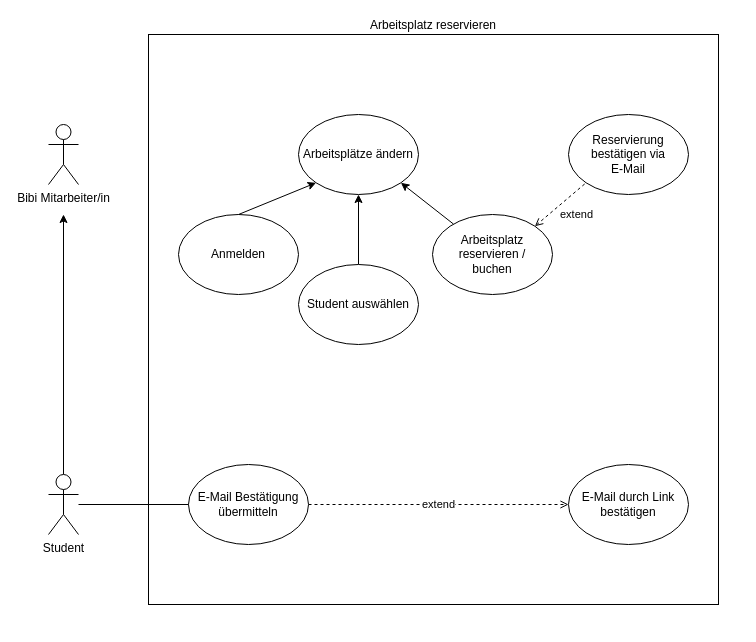
This is Unbenanntes Diagramm.drawio from hantinguyen/hello-world, a draw.io file, before an edit. Source tidied: cells renumbered, new cells numbered last; positions are measured from the earlier drawing's top-left corner, leaving out a move shared by most shapes. Both pictures are drawn from the tidied source at 100%, with x=0, y=0 at pixel (48, 34).
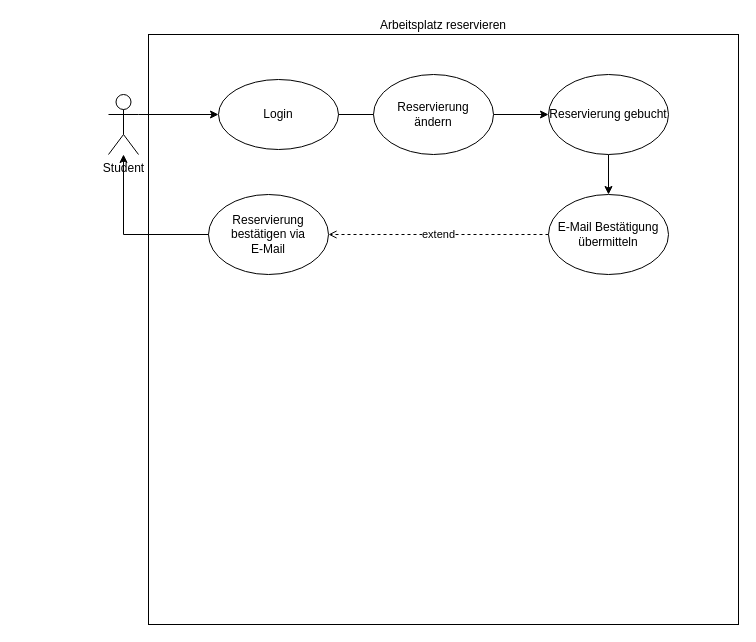
After the change.

The edit, as a diff of the source:
```diff
@@
-    <mxCell id="2" value="Bibi Mitarbeiter/in" style="shape=umlActor;verticalLabelPosition=bottom;verticalAlign=top;html=1;" parent="1" vertex="1">
-      <mxGeometry y="90" width="30" height="60" as="geometry" />
-    </mxCell>
-    <mxCell id="3" style="edgeStyle=orthogonalEdgeStyle;rounded=0;jettySize=auto;html=1;exitX=0.5;exitY=0;exitDx=0;exitDy=0;exitPerimeter=0;" parent="1" edge="1" source="4">
-      <mxGeometry relative="1" as="geometry">
-        <mxPoint x="15" y="180" as="targetPoint" />
-      </mxGeometry>
-    </mxCell>
     <mxCell id="4" value="Student" style="shape=umlActor;verticalLabelPosition=bottom;verticalAlign=top;html=1;outlineConnect=0;" parent="1" vertex="1">
-      <mxGeometry y="440" width="30" height="60" as="geometry" />
+      <mxGeometry x="60" y="60" width="30" height="60" as="geometry" />
     </mxCell>
     <mxCell id="5" value="&lt;div style=&quot;&quot;&gt;&lt;span style=&quot;background-color: initial; line-height: 1.2;&quot;&gt;Arbeitsplatz reservieren&lt;/span&gt;&lt;/div&gt;" style="whiteSpace=wrap;html=1;horizontal=1;verticalAlign=bottom;labelPosition=center;verticalLabelPosition=top;align=center;" parent="1" vertex="1">
-      <mxGeometry x="100" width="570" height="570" as="geometry" />
+      <mxGeometry x="100" width="590" height="590" as="geometry" />
     </mxCell>
+    <mxCell id="20" style="edgeStyle=orthogonalEdgeStyle;rounded=0;jettySize=auto;html=1;" parent="1" edge="1" source="6" target="17">
+      <mxGeometry relative="1" as="geometry" />
+    </mxCell>
-    <mxCell id="6" value="Arbeitsplätze ändern" style="ellipse;whiteSpace=wrap;html=1;" parent="1" vertex="1">
-      <mxGeometry x="250" y="80" width="120" height="80" as="geometry" />
+    <mxCell id="6" value="Reservierung gebucht" style="ellipse;whiteSpace=wrap;html=1;" parent="1" vertex="1">
+      <mxGeometry x="500" y="40" width="120" height="80" as="geometry" />
     </mxCell>
-    <mxCell id="7" value="Anmelden" style="ellipse;whiteSpace=wrap;html=1;" parent="1" vertex="1">
-      <mxGeometry x="130" y="180" width="120" height="80" as="geometry" />
+    <mxCell id="7" value="Login" style="ellipse;whiteSpace=wrap;html=1;" parent="1" vertex="1">
+      <mxGeometry x="170" y="45" width="120" height="70" as="geometry" />
     </mxCell>
-    <mxCell id="8" style="edgeStyle=orthogonalEdgeStyle;rounded=0;jettySize=auto;html=1;" parent="1" edge="1" source="9" target="6">
-      <mxGeometry relative="1" as="geometry" />
-    </mxCell>
-    <mxCell id="9" value="Student auswählen" style="ellipse;whiteSpace=wrap;html=1;" parent="1" vertex="1">
-      <mxGeometry x="250" y="230" width="120" height="80" as="geometry" />
-    </mxCell>
-    <mxCell id="10" style="rounded=0;jettySize=auto;html=1;entryX=1;entryY=1;entryDx=0;entryDy=0;" parent="1" edge="1" source="11" target="6">
-      <mxGeometry relative="1" as="geometry" />
-    </mxCell>
-    <mxCell id="11" value="Arbeitsplatz reservieren / &lt;br&gt;buchen" style="ellipse;whiteSpace=wrap;html=1;" parent="1" vertex="1">
-      <mxGeometry x="384" y="180" width="120" height="80" as="geometry" />
-    </mxCell>
     <mxCell id="12" value="Reservierung bestätigen via &lt;br&gt;E-Mail" style="ellipse;whiteSpace=wrap;html=1;" parent="1" vertex="1">
-      <mxGeometry x="520" y="80" width="120" height="80" as="geometry" />
+      <mxGeometry x="160" y="160" width="120" height="80" as="geometry" />
     </mxCell>
-    <mxCell id="13" style="endArrow=classic;html=1;rounded=0;exitX=0.5;exitY=0;exitDx=0;exitDy=0;entryX=0;entryY=1;entryDx=0;entryDy=0;" parent="1" edge="1" source="7" target="6">
+    <mxCell id="13" style="endArrow=classic;html=1;rounded=0;exitX=1;exitY=0.5;exitDx=0;exitDy=0;entryX=0;entryY=0.5;entryDx=0;entryDy=0;startArrow=none;" parent="1" edge="1" source="9" target="6">
       <mxGeometry relative="1" as="geometry" />
     </mxCell>
-    <mxCell id="14" style="endArrow=none;dashed=1;html=1;strokeWidth=1;rounded=0;entryX=0;entryY=1;entryDx=0;entryDy=0;exitX=1;exitY=0;exitDx=0;exitDy=0;startArrow=open;startFill=0;" parent="1" edge="1" source="11" target="12">
-      <mxGeometry relative="1" as="geometry" />
-    </mxCell>
-    <mxCell id="15" value="extend" style="edgeLabel;html=1;align=center;verticalAlign=middle;" parent="14" vertex="1">
-      <mxGeometry x="0.51" y="-3" relative="1" as="geometry">
-        <mxPoint y="19" as="offset" />
-      </mxGeometry>
-    </mxCell>
-    <mxCell id="16" value="extend" style="edgeStyle=none;rounded=0;jettySize=auto;html=1;dashed=1;endArrow=open;endFill=0;" parent="1" edge="1" source="17" target="18">
+    <mxCell id="16" value="extend" style="edgeStyle=none;rounded=0;jettySize=auto;html=1;dashed=1;endArrow=open;endFill=0;entryX=1;entryY=0.5;entryDx=0;entryDy=0;" parent="1" edge="1" source="17" target="12">
       <mxGeometry relative="1" as="geometry" />
     </mxCell>
+    <mxCell id="21" style="edgeStyle=orthogonalEdgeStyle;rounded=0;jettySize=auto;html=1;exitX=0;exitY=0.5;exitDx=0;exitDy=0;" parent="1" edge="1" source="12" target="4">
+      <mxGeometry relative="1" as="geometry" />
+    </mxCell>
     <mxCell id="17" value="E-Mail Bestätigung übermitteln" style="ellipse;whiteSpace=wrap;html=1;" parent="1" vertex="1">
-      <mxGeometry x="140" y="430" width="120" height="80" as="geometry" />
+      <mxGeometry x="500" y="160" width="120" height="80" as="geometry" />
     </mxCell>
-    <mxCell id="18" value="E-Mail durch Link bestätigen" style="ellipse;whiteSpace=wrap;html=1;" parent="1" vertex="1">
-      <mxGeometry x="520" y="430" width="120" height="80" as="geometry" />
-    </mxCell>
-    <mxCell id="19" style="edgeStyle=none;rounded=0;jettySize=auto;html=1;startArrow=none;startFill=0;endArrow=none;endFill=0;strokeWidth=1;entryX=0;entryY=0.5;entryDx=0;entryDy=0;" parent="1" edge="1" source="4" target="17">
-      <mxGeometry relative="1" as="geometry" />
-    </mxCell>
+    <mxCell id="3" style="edgeStyle=orthogonalEdgeStyle;rounded=0;jettySize=auto;html=1;exitX=1;exitY=0.3333333333333333;exitDx=0;exitDy=0;exitPerimeter=0;" parent="1" edge="1" source="4" target="7">
+      <mxGeometry relative="1" as="geometry" />
+    </mxCell>
+    <mxCell id="9" value="Reservierung&lt;br&gt;ändern" style="ellipse;whiteSpace=wrap;html=1;" parent="1" vertex="1">
+      <mxGeometry x="325" y="40" width="120" height="80" as="geometry" />
+    </mxCell>
+    <mxCell id="22" style="endArrow=none;html=1;rounded=0;exitX=1;exitY=0.5;exitDx=0;exitDy=0;entryX=0;entryY=0.5;entryDx=0;entryDy=0;" parent="1" edge="1" source="7" target="9">
+      <mxGeometry relative="1" as="geometry" />
+    </mxCell>
```
